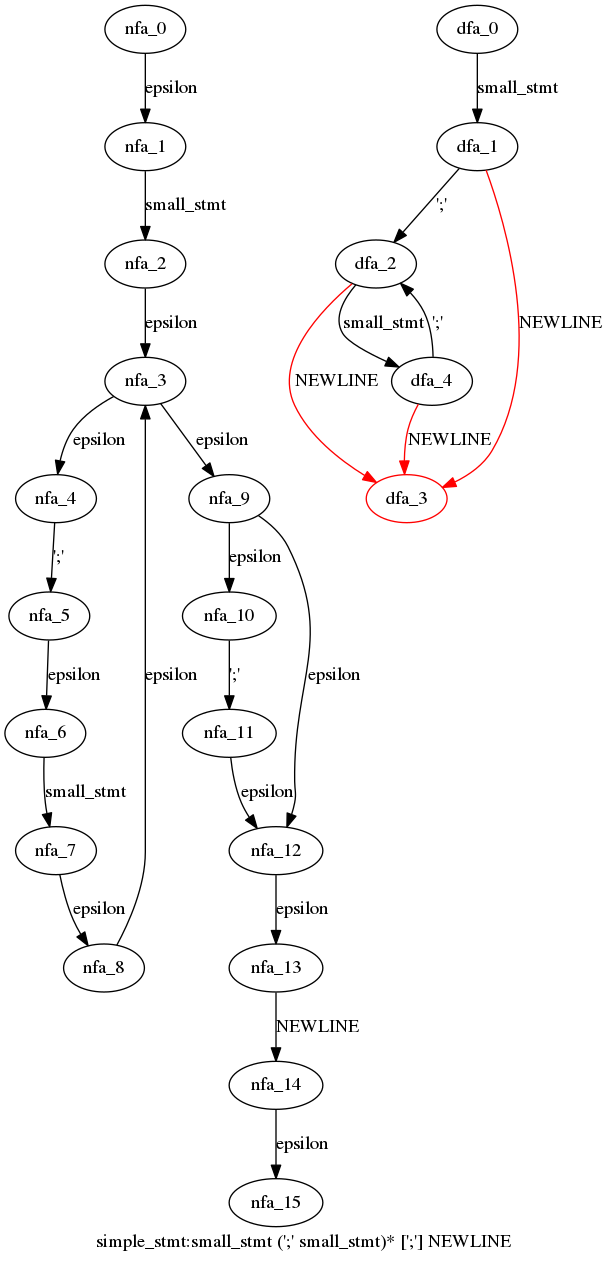
This is cpython/grammar/handwrite/nfa_dfas/14.simple_stmt.dot.png from WinChua/blog, a Graphviz export, as it was before one commit. Its source is kept beside it as cpython/grammar/handwrite/nfa_dfas/14.simple_stmt.dot. The source it was exported from:
```dot
digraph simple_stmt {
 graph[label="simple_stmt:small_stmt (';' small_stmt)* [';'] NEWLINE"]
 subgraph simple_stmt_nfa {
  nfa_0->nfa_1[label="epsilon"]
  nfa_1->nfa_2[label="small_stmt"]
  nfa_2->nfa_3[label="epsilon"]
  nfa_3->nfa_4[label="epsilon"]
  nfa_4->nfa_5[label="';'"]
  nfa_5->nfa_6[label="epsilon"]
  nfa_6->nfa_7[label="small_stmt"]
  nfa_7->nfa_8[label="epsilon"]
  nfa_8->nfa_3[label="epsilon"]
  nfa_3->nfa_9[label="epsilon"]
  nfa_9->nfa_10[label="epsilon"]
  nfa_10->nfa_11[label="';'"]
  nfa_11->nfa_12[label="epsilon"]
  nfa_12->nfa_13[label="epsilon"]
  nfa_13->nfa_14[label="NEWLINE"]
  nfa_14->nfa_15[label="epsilon"]
  nfa_9->nfa_12[label="epsilon"]
  }
 subgraph simple_stmt_dfa {
  dfa_0->dfa_1[label="small_stmt"]
  dfa_1->dfa_2[label="';'"]
  dfa_2->dfa_3[label="NEWLINE",color=red]
  dfa_2->dfa_4[label="small_stmt"]
  dfa_4->dfa_2[label="';'"]
  dfa_4->dfa_3[label="NEWLINE",color=red]
  dfa_1->dfa_3[label="NEWLINE",color=red]
  dfa_3[color=red]
  }
}
```
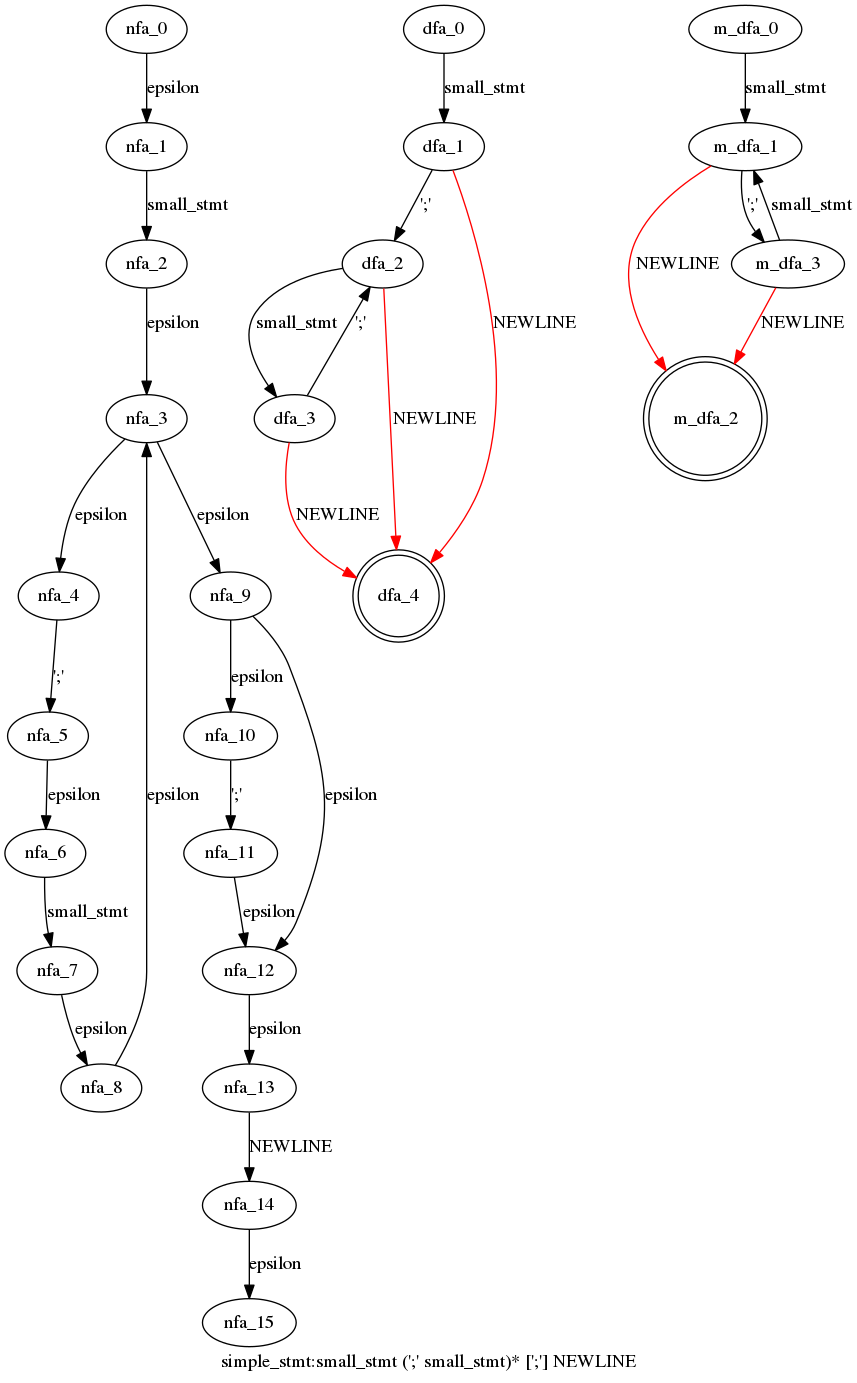
After the commit.

What changed in the source:
```diff
@@ -22,11 +22,19 @@
  subgraph simple_stmt_dfa {
   dfa_0->dfa_1[label="small_stmt"]
   dfa_1->dfa_2[label="';'"]
-  dfa_2->dfa_3[label="NEWLINE",color=red]
-  dfa_2->dfa_4[label="small_stmt"]
-  dfa_4->dfa_2[label="';'"]
-  dfa_4->dfa_3[label="NEWLINE",color=red]
-  dfa_1->dfa_3[label="NEWLINE",color=red]
-  dfa_3[color=red]
+  dfa_2->dfa_3[label="small_stmt"]
+  dfa_3->dfa_2[label="';'"]
+  dfa_3->dfa_4[label="NEWLINE",color=red]
+  dfa_2->dfa_4[label="NEWLINE",color=red]
+  dfa_1->dfa_4[label="NEWLINE",color=red]
+  dfa_4[shape=doublecircle]
+  }
+ subgraph simple_stmt_m_dfa {
+  m_dfa_0->m_dfa_1[label="small_stmt"]
+  m_dfa_1->m_dfa_2[label="NEWLINE",color=red]
+  m_dfa_1->m_dfa_3[label="';'"]
+  m_dfa_3->m_dfa_2[label="NEWLINE",color=red]
+  m_dfa_3->m_dfa_1[label="small_stmt"]
+  m_dfa_2[shape=doublecircle]
   }
 }
```
